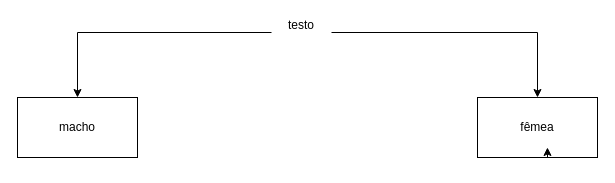
Before: AHT.drawio in IgDrArtikulator/PFE-2026-2-AP1-Grupo4-Terca, a draw.io diagram. Source tidied: cells renumbered, new cells numbered last; positions are measured from the earlier drawing's top-left corner, leaving out a move shared by most shapes. Both pictures are drawn from the tidied source at 100%, with x=0, y=0 at pixel (17, 17).
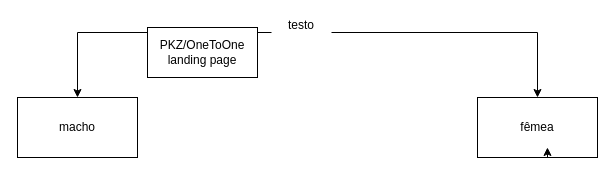
The same diagram, later.

Diff of the diagram source:
```diff
@@
 <mxGraphModel>
   <root>
     <mxCell id="0" />
     <mxCell id="1" parent="0" />
     <mxCell id="2" style="edgeStyle=orthogonalEdgeStyle;rounded=0;jettySize=auto;html=1;" parent="1" edge="1" source="4" target="5">
       <mxGeometry relative="1" as="geometry" />
     </mxCell>
     <mxCell id="3" style="edgeStyle=orthogonalEdgeStyle;rounded=0;jettySize=auto;html=1;" parent="1" edge="1" source="4" target="6">
       <mxGeometry relative="1" as="geometry" />
     </mxCell>
     <mxCell id="4" value="testo&lt;div&gt;&lt;br&gt;&lt;/div&gt;" style="text;html=1;whiteSpace=wrap;strokeColor=none;fillColor=none;align=center;verticalAlign=middle;rounded=0;" parent="1" vertex="1">
       <mxGeometry x="254" width="60" height="30" as="geometry" />
     </mxCell>
+    <mxCell id="8" value="PKZ/OneToOne landing page" style="html=1;whiteSpace=wrap;" parent="1" vertex="1">
+      <mxGeometry x="130" y="10" width="110" height="50" as="geometry" />
+    </mxCell>
     <mxCell id="5" value="fêmea" style="whiteSpace=wrap;html=1;" parent="1" vertex="1">
       <mxGeometry x="460" y="80" width="120" height="60" as="geometry" />
     </mxCell>
     <mxCell id="6" value="macho" style="rounded=0;whiteSpace=wrap;html=1;" parent="1" vertex="1">
       <mxGeometry y="80" width="120" height="60" as="geometry" />
     </mxCell>
     <mxCell id="7" style="edgeStyle=orthogonalEdgeStyle;rounded=0;orthogonalLoop=1;jettySize=auto;html=1;innerLoopWaypoints=1;exitX=0.5;exitY=1;exitDx=0;exitDy=0;entryX=0.583;entryY=0.833;entryDx=0;entryDy=0;entryPerimeter=0;" parent="1" edge="1" source="5" target="5">
       <mxGeometry relative="1" as="geometry" />
     </mxCell>
   </root>
 </mxGraphModel>
```
